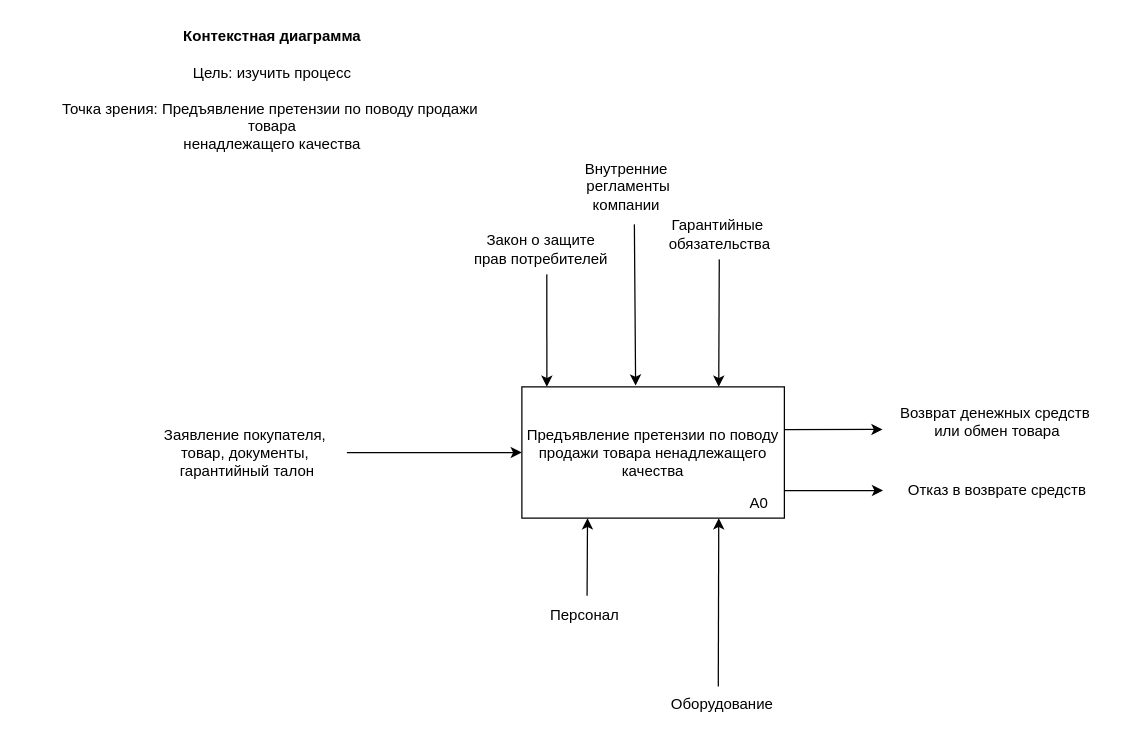
Above: page "А-0" (1 of 7) of LAB_2/MIABP_LAB_2.drawio in rxzzd/miabp (draw.io), before the change. Source tidied: cells renumbered, new cells numbered last; positions are measured from the earlier drawing's top-left corner, leaving out a move shared by most shapes. Both pictures are drawn from the tidied source at 125%, with x=0, y=0 at pixel (46, 21).
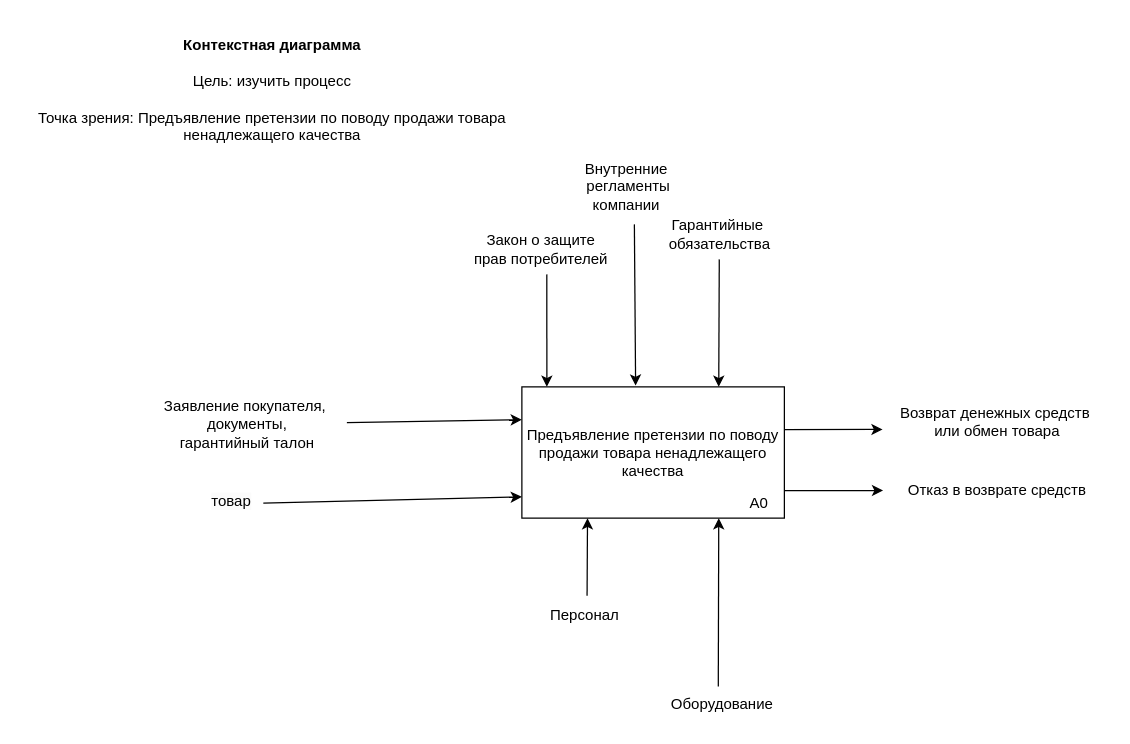
After the change.

Unchanged cells that the change refers to:
```xml
<mxCell id="4" value="Предъявление претензии по поводу продажи товара ненадлежащего качества" style="rounded=0;whiteSpace=wrap;html=1;" parent="3" vertex="1">
  <mxGeometry width="210" height="105" as="geometry" />
</mxCell>
```

The edit, as a diff of the source:
```diff
@@
-    <mxCell id="2" value="&lt;b&gt;Контекстная диаграмма&lt;/b&gt;&lt;div&gt;&lt;b&gt;&lt;br&gt;&lt;/b&gt;&lt;/div&gt;&lt;div&gt;Цель: изучить процесс&lt;/div&gt;&lt;div&gt;&lt;br&gt;&lt;/div&gt;&lt;div&gt;Точка зрения:&amp;nbsp;Предъявление претензии по поводу продажи&amp;nbsp;&lt;/div&gt;&lt;div&gt;товара&lt;br/&gt;ненадлежащего качества&lt;/div&gt;" style="text;html=1;align=center;verticalAlign=middle;strokeColor=none;fillColor=none;" parent="1" vertex="1">
-      <mxGeometry width="360" height="110" as="geometry" />
+    <mxCell id="2" value="&lt;b&gt;Контекстная диаграмма&lt;/b&gt;&lt;div&gt;&lt;b&gt;&lt;br&gt;&lt;/b&gt;&lt;/div&gt;&lt;div&gt;Цель: изучить процесс&lt;/div&gt;&lt;div&gt;&lt;br&gt;&lt;/div&gt;&lt;div&gt;Точка зрения:&amp;nbsp;Предъявление претензии по поводу продажи&amp;nbsp;&lt;span style=&quot;background-color: transparent; color: light-dark(rgb(0, 0, 0), rgb(255, 255, 255));&quot;&gt;товара&lt;/span&gt;&lt;/div&gt;&lt;div&gt;ненадлежащего качества&lt;/div&gt;" style="text;html=1;align=center;verticalAlign=middle;strokeColor=none;fillColor=none;" parent="1" vertex="1">
+      <mxGeometry x="-20" y="5" width="400" height="100" as="geometry" />
     </mxCell>
@@
-    <mxCell id="6" value="Заявление покупателя,&amp;nbsp;&lt;div&gt;товар, документы,&amp;nbsp;&lt;/div&gt;&lt;div&gt;гарантийный талон&lt;/div&gt;" style="text;html=1;align=center;verticalAlign=middle;points=[];strokeColor=none;fillColor=none;" parent="1" vertex="1">
-      <mxGeometry x="80" y="314.5" width="160" height="60" as="geometry" />
+    <mxCell id="6" value="Заявление покупателя,&amp;nbsp;&lt;div&gt;&amp;nbsp;документы,&amp;nbsp;&lt;/div&gt;&lt;div&gt;гарантийный талон&lt;/div&gt;" style="text;html=1;align=center;verticalAlign=middle;points=[];strokeColor=none;fillColor=none;" parent="1" vertex="1">
+      <mxGeometry x="80" y="292" width="160" height="60" as="geometry" />
     </mxCell>
-    <mxCell id="7" style="endArrow=classic;html=1;rounded=0;entryX=0;entryY=0.5;entryDx=0;entryDy=0;" parent="1" edge="1" source="6" target="4">
+    <mxCell id="7" style="endArrow=classic;html=1;rounded=0;entryX=0;entryY=0.25;entryDx=0;entryDy=0;" parent="1" edge="1" source="6" target="4">
       <mxGeometry relative="1" as="geometry" />
     </mxCell>
@@
+    <mxCell id="22" value="&lt;span style=&quot;color: rgb(0, 0, 0); font-family: Helvetica; font-size: 12px; font-style: normal; font-variant-ligatures: normal; font-variant-caps: normal; font-weight: 400; letter-spacing: normal; orphans: 2; text-align: center; text-indent: 0px; text-transform: none; widows: 2; word-spacing: 0px; -webkit-text-stroke-width: 0px; white-space: nowrap; background-color: rgb(251, 251, 251); text-decoration-thickness: initial; text-decoration-style: initial; text-decoration-color: initial; float: none; display: inline !important;&quot;&gt;товар&lt;/span&gt;" style="text;whiteSpace=wrap;html=1;" parent="1" vertex="1">
+      <mxGeometry x="130" y="370" width="40" height="40" as="geometry" />
+    </mxCell>
+    <mxCell id="23" style="endArrow=classic;html=1;rounded=0;exitX=1.079;exitY=0.377;exitDx=0;exitDy=0;exitPerimeter=0;entryX=0;entryY=0.838;entryDx=0;entryDy=0;entryPerimeter=0;" parent="1" edge="1" source="22" target="4">
+      <mxGeometry relative="1" as="geometry" />
+    </mxCell>
```
